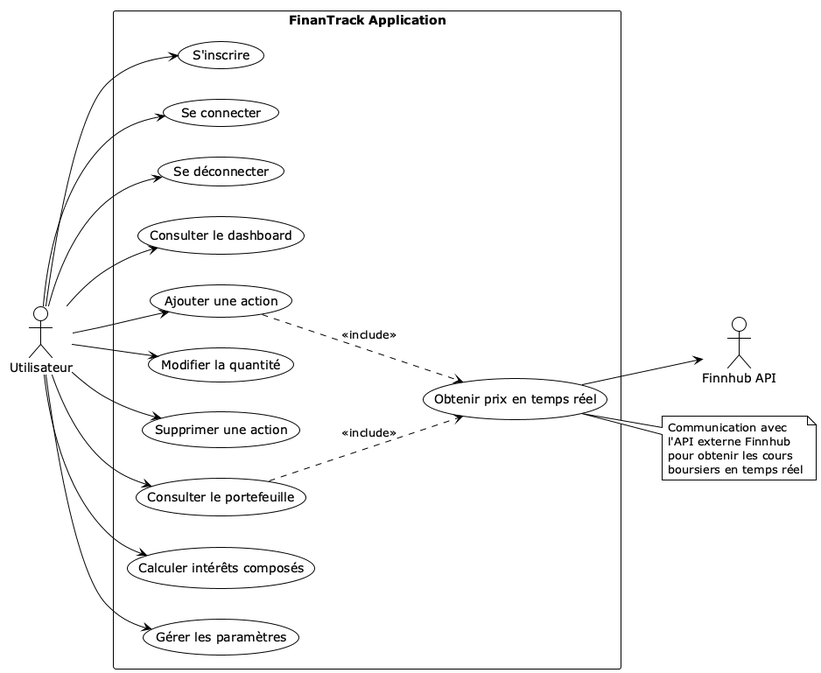
This is docs/uml/images/03-usecase-diagram.png from neyzare/FinanTrack, a PlantUML export, as it was before one commit.
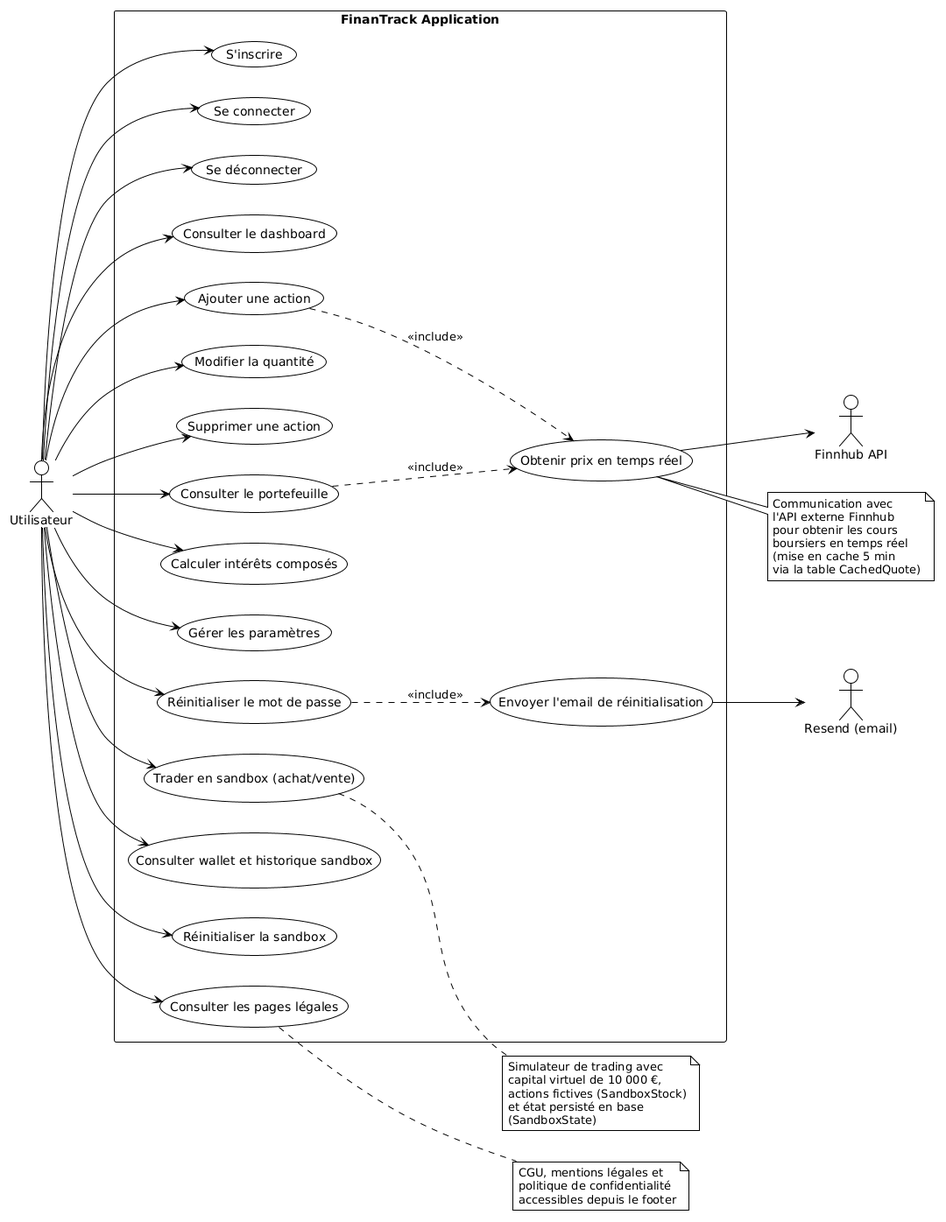
After the commit.

The edit, as a diff of the source:
```diff
@@ -5,6 +5,7 @@
 
 actor Utilisateur as user
 actor "Finnhub API" as api
+actor "Resend (email)" as resend
 
 rectangle "FinanTrack Application" {
   usecase "S'inscrire" as UC1
@@ -18,6 +19,12 @@
   usecase "Obtenir prix en temps réel" as UC9
   usecase "Calculer intérêts composés" as UC10
   usecase "Gérer les paramètres" as UC11
+  usecase "Réinitialiser le mot de passe" as UC12
+  usecase "Envoyer l'email de réinitialisation" as UC13
+  usecase "Trader en sandbox (achat/vente)" as UC14
+  usecase "Consulter wallet et historique sandbox" as UC15
+  usecase "Réinitialiser la sandbox" as UC16
+  usecase "Consulter les pages légales" as UC17
 }
 
 user --> UC1
@@ -30,16 +37,40 @@
 user --> UC8
 user --> UC10
 user --> UC11
+user --> UC12
+user --> UC14
+user --> UC15
+user --> UC16
+user --> UC17
 
 UC5 ..> UC9 : <<include>>
 UC8 ..> UC9 : <<include>>
 UC9 --> api
+
+UC12 ..> UC13 : <<include>>
+UC13 --> resend
 
 note right of UC9
   Communication avec
   l'API externe Finnhub
   pour obtenir les cours
   boursiers en temps réel
+  (mise en cache 5 min
+  via la table CachedQuote)
+end note
+
+note right of UC14
+  Simulateur de trading avec
+  capital virtuel de 10 000 €,
+  actions fictives (SandboxStock)
+  et état persisté en base
+  (SandboxState)
+end note
+
+note right of UC17
+  CGU, mentions légales et
+  politique de confidentialité
+  accessibles depuis le footer
 end note
 
 @enduml
```
